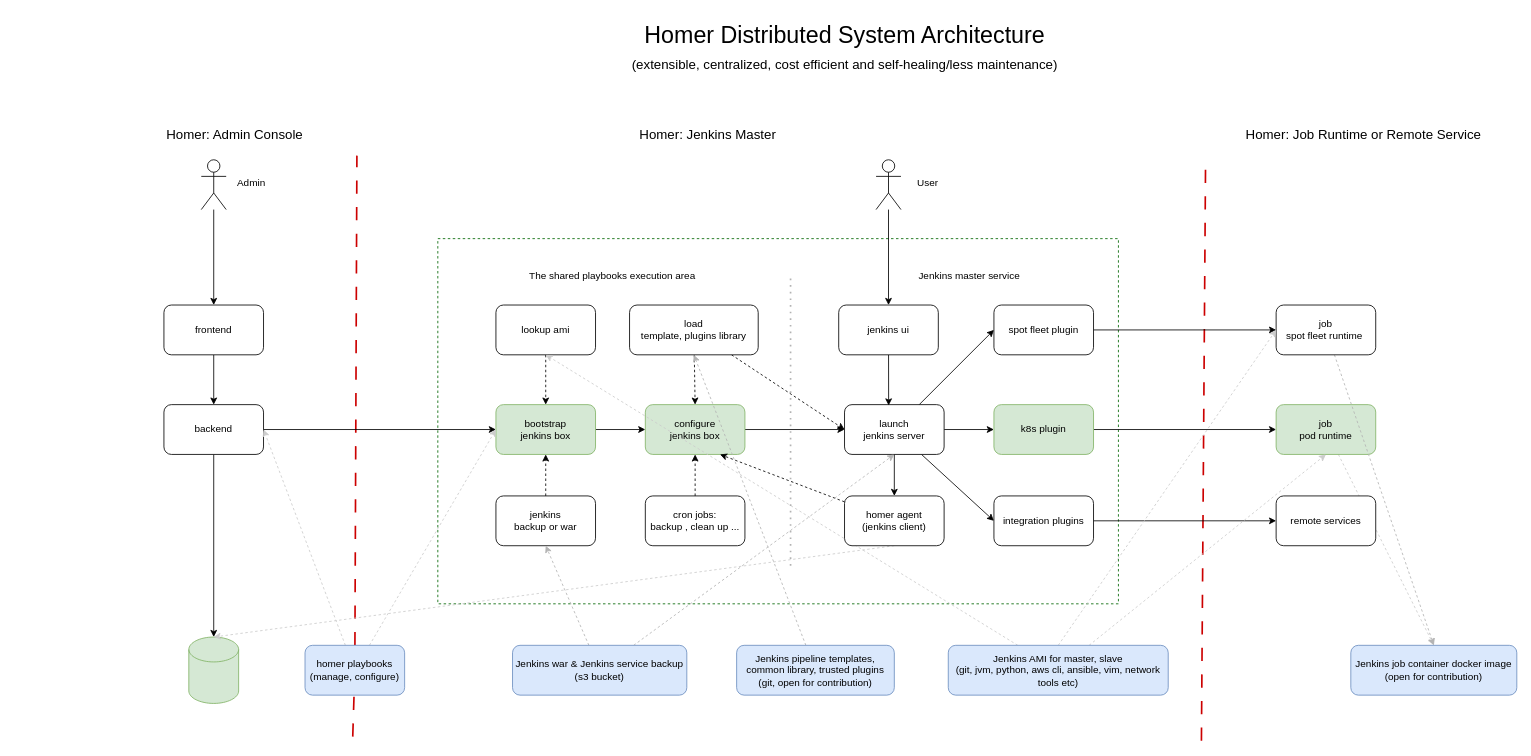
jiangtao7/draw.io keeps this draw.io diagram as homer_distributed_system.drawio. Above is the earlier version. Source tidied: cells renumbered, new cells numbered last; positions are measured from the earlier drawing's top-left corner, leaving out a move shared by most shapes. Both pictures are drawn from the tidied source at 83%, with x=0, y=0 at pixel (155, 14).
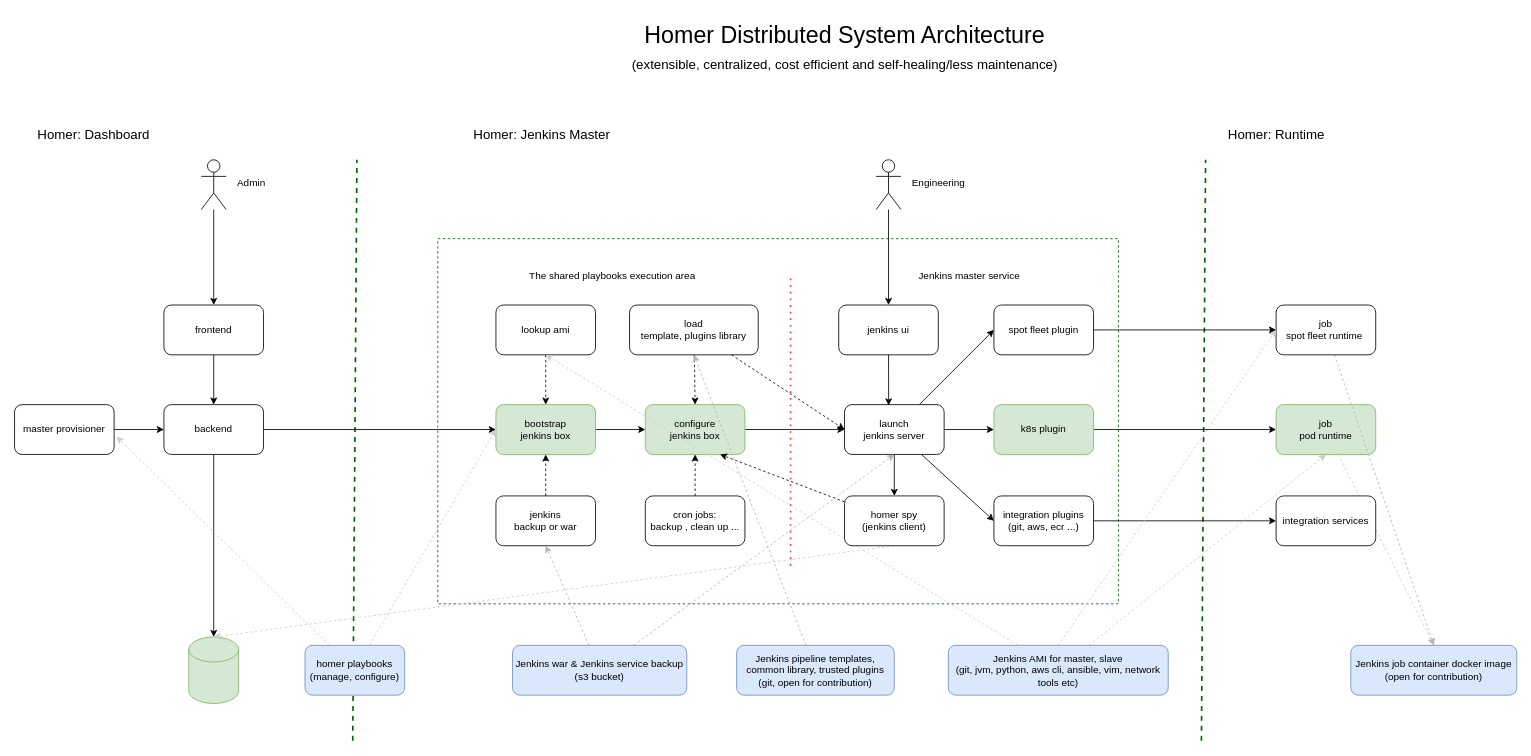
The same diagram, later.

The change refers to these unchanged cells:
```xml
<mxCell id="9" value="backend" style="rounded=1;whiteSpace=wrap;html=1;" parent="1" vertex="1">
  <mxGeometry x="10" y="470" width="120" height="60" as="geometry" />
</mxCell>
<mxCell id="68" value="homer playbooks&lt;br&gt;(manage, configure)" style="rounded=1;whiteSpace=wrap;html=1;fillColor=#dae8fc;strokeColor=#6c8ebf;" parent="1" vertex="1">
  <mxGeometry x="180" y="760" width="120" height="60" as="geometry" />
</mxCell>
```

What changed in the source:
```diff
@@
+    <mxCell id="72" style="endArrow=none;html=1;strokeWidth=2;rounded=0;strokeColor=#006600;fontColor=#CC0000;dashed=1;" parent="1" edge="1">
+      <mxGeometry relative="1" as="geometry">
+        <mxPoint x="237.5" y="875" as="sourcePoint" />
+        <mxPoint x="242.5" y="175" as="targetPoint" />
+      </mxGeometry>
+    </mxCell>
-    <mxCell id="2" style="endArrow=none;dashed=1;html=1;dashPattern=8 8;strokeWidth=2;rounded=0;strokeColor=#CC0000;fontColor=#CC0000;" parent="1" edge="1">
+    <mxCell id="2" style="endArrow=none;html=1;strokeWidth=2;rounded=0;strokeColor=#006600;fontColor=#CC0000;dashed=1;" parent="1" edge="1">
       <mxGeometry relative="1" as="geometry">
         <mxPoint x="1260" y="875" as="sourcePoint" />
         <mxPoint x="1265" y="175" as="targetPoint" />
       </mxGeometry>
     </mxCell>
-    <mxCell id="3" style="endArrow=none;dashed=1;html=1;dashPattern=8 8;strokeWidth=2;rounded=0;strokeColor=#CC0000;fontColor=#CC0000;" parent="1" edge="1" source="68">
-      <mxGeometry relative="1" as="geometry">
-        <mxPoint x="242.5" y="170" as="targetPoint" />
-      </mxGeometry>
-    </mxCell>
@@
-    <mxCell id="29" style="edgeStyle=none;rounded=0;jettySize=auto;html=1;entryX=1;entryY=0.5;entryDx=0;entryDy=0;dashed=1;strokeColor=#CCCCCC;" parent="1" edge="1" source="68" target="9">
+    <mxCell id="29" style="edgeStyle=none;rounded=0;jettySize=auto;html=1;entryX=1.024;entryY=0.642;entryDx=0;entryDy=0;dashed=1;strokeColor=#CCCCCC;entryPerimeter=0;" parent="1" edge="1" source="68" target="74">
       <mxGeometry relative="1" as="geometry" />
     </mxCell>
@@
-    <mxCell id="32" value="integration plugins" style="rounded=1;whiteSpace=wrap;html=1;" parent="1" vertex="1">
+    <mxCell id="32" value="integration plugins&lt;br&gt;(git, aws, ecr ...)" style="rounded=1;whiteSpace=wrap;html=1;" parent="1" vertex="1">
       <mxGeometry x="1010" y="580" width="120" height="60" as="geometry" />
     </mxCell>
@@
-    <mxCell id="41" value="remote services" style="rounded=1;whiteSpace=wrap;html=1;" parent="1" vertex="1">
+    <mxCell id="41" value="integration services" style="rounded=1;whiteSpace=wrap;html=1;" parent="1" vertex="1">
       <mxGeometry x="1350" y="580" width="120" height="60" as="geometry" />
     </mxCell>
@@
-    <mxCell id="54" value="Homer: Job Runtime or Remote Service" style="text;html=1;align=center;verticalAlign=middle;strokeColor=none;fillColor=none;fontSize=16;" parent="1" vertex="1">
-      <mxGeometry x="1300" y="130" width="310" height="30" as="geometry" />
+    <mxCell id="54" value="Homer: Runtime" style="text;html=1;align=center;verticalAlign=middle;strokeColor=none;fillColor=none;fontSize=16;" parent="1" vertex="1">
+      <mxGeometry x="1280" y="130" width="140" height="30" as="geometry" />
     </mxCell>
-    <mxCell id="55" value="Homer: Admin Console" style="text;html=1;align=center;verticalAlign=middle;strokeColor=none;fillColor=none;fontSize=16;" parent="1" vertex="1">
-      <mxGeometry y="130" width="190" height="30" as="geometry" />
+    <mxCell id="55" value="Homer: Dashboard" style="text;html=1;align=center;verticalAlign=middle;strokeColor=none;fillColor=none;fontSize=16;" parent="1" vertex="1">
+      <mxGeometry x="-155" y="130" width="160" height="30" as="geometry" />
     </mxCell>
@@
-    <mxCell id="58" value="homer agent&lt;br&gt;(jenkins client)" style="rounded=1;whiteSpace=wrap;html=1;" parent="1" vertex="1">
+    <mxCell id="58" value="homer spy&lt;br&gt;(jenkins client)" style="rounded=1;whiteSpace=wrap;html=1;" parent="1" vertex="1">
       <mxGeometry x="830" y="580" width="120" height="60" as="geometry" />
     </mxCell>
-    <mxCell id="59" style="endArrow=none;dashed=1;html=1;dashPattern=1 3;strokeWidth=2;rounded=0;strokeColor=#B3B3B3;" parent="1" edge="1">
+    <mxCell id="59" style="endArrow=none;dashed=1;html=1;dashPattern=1 3;strokeWidth=2;rounded=0;strokeColor=#FF3333;" parent="1" edge="1">
       <mxGeometry relative="1" as="geometry">
         <mxPoint x="765" y="664" as="sourcePoint" />
         <mxPoint x="765" y="314" as="targetPoint" />
       </mxGeometry>
     </mxCell>
@@
-    <mxCell id="61" value="User" style="text;html=1;align=center;verticalAlign=middle;strokeColor=none;fillColor=none;" parent="1" vertex="1">
-      <mxGeometry x="905" y="188" width="50" height="30" as="geometry" />
+    <mxCell id="61" value="Engineering" style="text;html=1;align=center;verticalAlign=middle;strokeColor=none;fillColor=none;" parent="1" vertex="1">
+      <mxGeometry x="898" y="188" width="90" height="30" as="geometry" />
     </mxCell>
     <mxCell id="62" value="Homer: Jenkins Master" style="text;html=1;align=center;verticalAlign=middle;strokeColor=none;fillColor=none;fontSize=16;" parent="1" vertex="1">
-      <mxGeometry x="570" y="130" width="190" height="30" as="geometry" />
+      <mxGeometry x="370" y="130" width="190" height="30" as="geometry" />
     </mxCell>
@@
-    <mxCell id="67" style="endArrow=none;dashed=1;html=1;dashPattern=8 8;strokeWidth=2;rounded=0;strokeColor=#CC0000;fontColor=#CC0000;" parent="1" edge="1" target="68">
-      <mxGeometry relative="1" as="geometry">
-        <mxPoint x="237.5" y="870" as="sourcePoint" />
-      </mxGeometry>
-    </mxCell>
@@
+    <mxCell id="73" style="edgeStyle=none;rounded=0;jettySize=auto;html=1;entryX=0;entryY=0.5;entryDx=0;entryDy=0;" parent="1" edge="1" source="74" target="9">
+      <mxGeometry relative="1" as="geometry" />
+    </mxCell>
+    <mxCell id="74" value="master provisioner" style="rounded=1;whiteSpace=wrap;html=1;" parent="1" vertex="1">
+      <mxGeometry x="-170" y="470" width="120" height="60" as="geometry" />
+    </mxCell>
```
